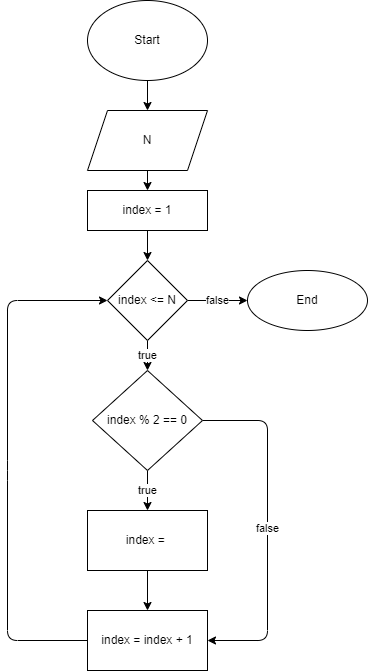
The draw.io diagram Task4/Task4.drawio.png in Smih89/HomeworkSeminar7, before a commit. Source tidied: cells renumbered, new cells last; positions are measured from the earlier drawing's top-left corner, leaving out a move shared by most shapes. Source of this version:
```xml
<mxGraphModel>
  <root>
    <mxCell id="0" />
    <mxCell id="1" parent="0" />
    <mxCell id="2" style="edgeStyle=none;html=1;" parent="1" edge="1" source="3" target="5">
      <mxGeometry relative="1" as="geometry" />
    </mxCell>
    <mxCell id="3" value="Start" style="ellipse;whiteSpace=wrap;html=1;" parent="1" vertex="1">
      <mxGeometry x="80" width="120" height="80" as="geometry" />
    </mxCell>
    <mxCell id="4" style="edgeStyle=none;html=1;" parent="1" edge="1" source="5" target="18">
      <mxGeometry relative="1" as="geometry" />
    </mxCell>
    <mxCell id="5" value="N" style="shape=parallelogram;perimeter=parallelogramPerimeter;whiteSpace=wrap;html=1;fixedSize=1;" parent="1" vertex="1">
      <mxGeometry x="80" y="110" width="120" height="60" as="geometry" />
    </mxCell>
    <mxCell id="6" value="true" style="edgeStyle=none;html=1;" parent="1" edge="1" source="8" target="11">
      <mxGeometry relative="1" as="geometry" />
    </mxCell>
    <mxCell id="7" value="false" style="edgeStyle=none;html=1;" parent="1" edge="1" source="8" target="14">
      <mxGeometry relative="1" as="geometry" />
    </mxCell>
    <mxCell id="8" value="index &amp;lt;= N" style="rhombus;whiteSpace=wrap;html=1;" parent="1" vertex="1">
      <mxGeometry x="100" y="260" width="80" height="80" as="geometry" />
    </mxCell>
    <mxCell id="9" value="true" style="edgeStyle=none;html=1;" parent="1" edge="1" source="11" target="16">
      <mxGeometry relative="1" as="geometry" />
    </mxCell>
    <mxCell id="10" value="false" style="edgeStyle=none;html=1;entryX=1;entryY=0.5;entryDx=0;entryDy=0;" parent="1" edge="1" source="11" target="13">
      <mxGeometry relative="1" as="geometry">
        <Array as="points">
          <mxPoint x="260" y="420" />
          <mxPoint x="260" y="640" />
        </Array>
      </mxGeometry>
    </mxCell>
    <mxCell id="11" value="index % 2 == 0" style="rhombus;whiteSpace=wrap;html=1;" parent="1" vertex="1">
      <mxGeometry x="85" y="370" width="110" height="100" as="geometry" />
    </mxCell>
    <mxCell id="12" style="edgeStyle=none;html=1;entryX=0;entryY=0.5;entryDx=0;entryDy=0;" parent="1" edge="1" source="13" target="8">
      <mxGeometry relative="1" as="geometry">
        <Array as="points">
          <mxPoint y="640" />
          <mxPoint y="470" />
          <mxPoint y="300" />
        </Array>
      </mxGeometry>
    </mxCell>
    <mxCell id="13" value="index = index + 1" style="whiteSpace=wrap;html=1;" parent="1" vertex="1">
      <mxGeometry x="80" y="610" width="120" height="60" as="geometry" />
    </mxCell>
    <mxCell id="14" value="End" style="ellipse;whiteSpace=wrap;html=1;" parent="1" vertex="1">
      <mxGeometry x="240" y="270" width="120" height="60" as="geometry" />
    </mxCell>
    <mxCell id="15" style="edgeStyle=none;html=1;" parent="1" edge="1" source="16" target="13">
      <mxGeometry relative="1" as="geometry" />
    </mxCell>
    <mxCell id="16" value="index =&amp;nbsp;" style="whiteSpace=wrap;html=1;" parent="1" vertex="1">
      <mxGeometry x="80" y="510" width="120" height="60" as="geometry" />
    </mxCell>
    <mxCell id="17" style="edgeStyle=none;html=1;" parent="1" edge="1" source="18" target="8">
      <mxGeometry relative="1" as="geometry" />
    </mxCell>
    <mxCell id="18" value="index = 1" style="rounded=0;whiteSpace=wrap;html=1;" parent="1" vertex="1">
      <mxGeometry x="80" y="190" width="120" height="40" as="geometry" />
    </mxCell>
  </root>
</mxGraphModel>
```
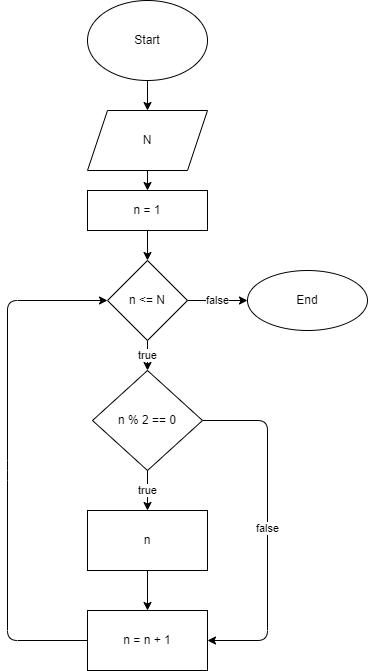
The same diagram one commit later.

Commit message:
apdate Task4

What changed in the source:
```diff
@@ -20,7 +20,7 @@
     <mxCell id="7" value="false" style="edgeStyle=none;html=1;" parent="1" edge="1" source="8" target="14">
       <mxGeometry relative="1" as="geometry" />
     </mxCell>
-    <mxCell id="8" value="index &amp;lt;= N" style="rhombus;whiteSpace=wrap;html=1;" parent="1" vertex="1">
+    <mxCell id="8" value="n &amp;lt;= N" style="rhombus;whiteSpace=wrap;html=1;" parent="1" vertex="1">
       <mxGeometry x="100" y="260" width="80" height="80" as="geometry" />
     </mxCell>
     <mxCell id="9" value="true" style="edgeStyle=none;html=1;" parent="1" edge="1" source="11" target="16">
@@ -34,7 +34,7 @@
         </Array>
       </mxGeometry>
     </mxCell>
-    <mxCell id="11" value="index % 2 == 0" style="rhombus;whiteSpace=wrap;html=1;" parent="1" vertex="1">
+    <mxCell id="11" value="n % 2 == 0" style="rhombus;whiteSpace=wrap;html=1;" parent="1" vertex="1">
       <mxGeometry x="85" y="370" width="110" height="100" as="geometry" />
     </mxCell>
     <mxCell id="12" style="edgeStyle=none;html=1;entryX=0;entryY=0.5;entryDx=0;entryDy=0;" parent="1" edge="1" source="13" target="8">
@@ -46,7 +46,7 @@
         </Array>
       </mxGeometry>
     </mxCell>
-    <mxCell id="13" value="index = index + 1" style="whiteSpace=wrap;html=1;" parent="1" vertex="1">
+    <mxCell id="13" value="n = n + 1" style="whiteSpace=wrap;html=1;" parent="1" vertex="1">
       <mxGeometry x="80" y="610" width="120" height="60" as="geometry" />
     </mxCell>
     <mxCell id="14" value="End" style="ellipse;whiteSpace=wrap;html=1;" parent="1" vertex="1">
@@ -55,13 +55,13 @@
     <mxCell id="15" style="edgeStyle=none;html=1;" parent="1" edge="1" source="16" target="13">
       <mxGeometry relative="1" as="geometry" />
     </mxCell>
-    <mxCell id="16" value="index =&amp;nbsp;" style="whiteSpace=wrap;html=1;" parent="1" vertex="1">
+    <mxCell id="16" value="n" style="whiteSpace=wrap;html=1;" parent="1" vertex="1">
       <mxGeometry x="80" y="510" width="120" height="60" as="geometry" />
     </mxCell>
     <mxCell id="17" style="edgeStyle=none;html=1;" parent="1" edge="1" source="18" target="8">
       <mxGeometry relative="1" as="geometry" />
     </mxCell>
-    <mxCell id="18" value="index = 1" style="rounded=0;whiteSpace=wrap;html=1;" parent="1" vertex="1">
+    <mxCell id="18" value="n = 1" style="rounded=0;whiteSpace=wrap;html=1;" parent="1" vertex="1">
       <mxGeometry x="80" y="190" width="120" height="40" as="geometry" />
     </mxCell>
   </root>
```
